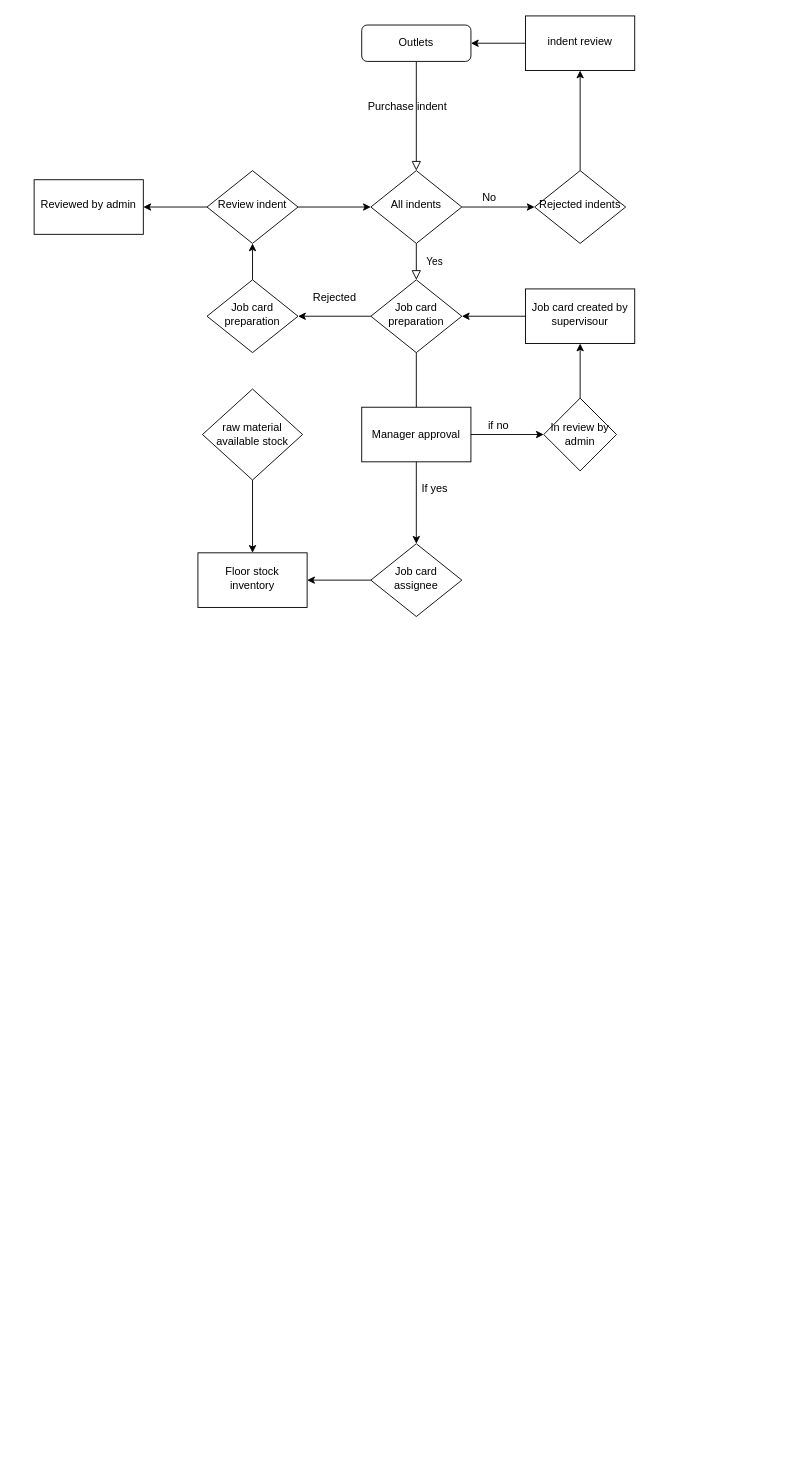
The draw.io diagram Untitled Diagram.drawio in saikande6/Demo, before the edit. Source tidied: cells renumbered, new cells numbered last; positions are measured from the earlier drawing's top-left corner, leaving out a move shared by most shapes. Both pictures are drawn from the tidied source at 91%, with x=0, y=0 at pixel (34, 15).
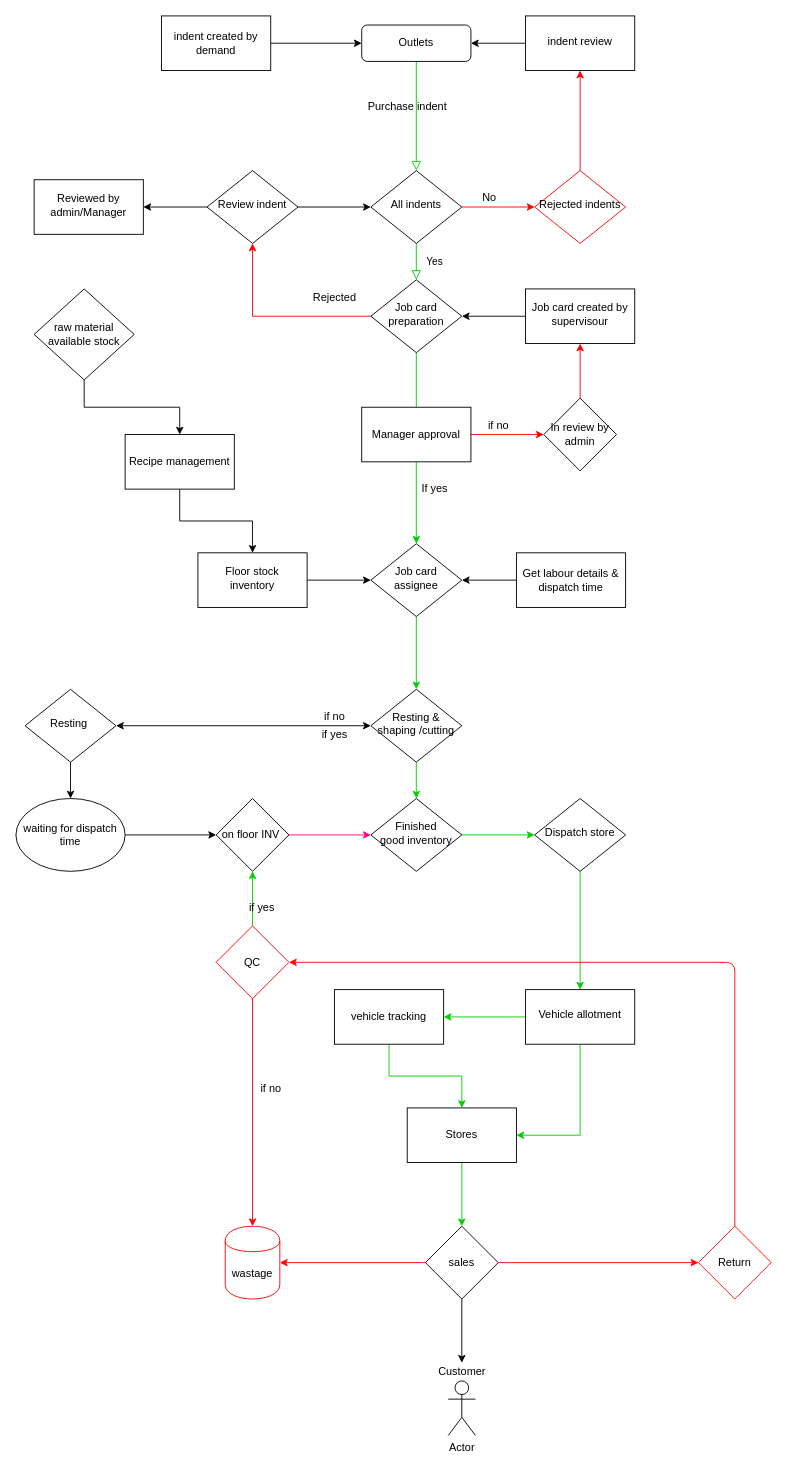
The same page after the edit.

Unchanged cells that the change refers to:
```xml
<mxCell id="3" value="Outlets" style="rounded=1;whiteSpace=wrap;html=1;fontSize=12;glass=0;strokeWidth=1;shadow=0;" parent="1" vertex="1">
  <mxGeometry x="360" y="10" width="120" height="40" as="geometry" />
</mxCell>
<mxCell id="6" value="All indents" style="rhombus;whiteSpace=wrap;html=1;shadow=0;fontFamily=Helvetica;fontSize=12;align=center;strokeWidth=1;spacing=6;spacingTop=-4;" parent="1" vertex="1">
  <mxGeometry x="370" y="170" width="100" height="80" as="geometry" />
</mxCell>
<mxCell id="9" value="Job card preparation" style="rhombus;whiteSpace=wrap;html=1;shadow=0;fontFamily=Helvetica;fontSize=12;align=center;strokeWidth=1;spacing=6;spacingTop=-4;" parent="1" vertex="1">
  <mxGeometry x="370" y="290" width="100" height="80" as="geometry" />
</mxCell>
<mxCell id="14" value="indent review" style="whiteSpace=wrap;html=1;shadow=0;strokeWidth=1;spacing=6;spacingTop=-4;" parent="1" vertex="1">
  <mxGeometry x="540" width="120" height="60" as="geometry" />
</mxCell>
<mxCell id="21" value="Review indent" style="rhombus;whiteSpace=wrap;html=1;shadow=0;fontFamily=Helvetica;fontSize=12;align=center;strokeWidth=1;spacing=6;spacingTop=-4;" parent="1" vertex="1">
  <mxGeometry x="190" y="170" width="100" height="80" as="geometry" />
</mxCell>
<mxCell id="23" value="Job card created by supervisour" style="whiteSpace=wrap;html=1;shadow=0;strokeWidth=1;spacing=6;spacingTop=-4;" parent="1" vertex="1">
  <mxGeometry x="540" y="300" width="120" height="60" as="geometry" />
</mxCell>
<mxCell id="25" value="Job card assignee" style="rhombus;whiteSpace=wrap;html=1;shadow=0;fontFamily=Helvetica;fontSize=12;align=center;strokeWidth=1;spacing=6;spacingTop=-4;" parent="1" vertex="1">
  <mxGeometry x="370" y="580" width="100" height="80" as="geometry" />
</mxCell>
<mxCell id="26" value="Floor stock inventory" style="whiteSpace=wrap;html=1;shadow=0;strokeWidth=1;spacing=6;spacingTop=-4;" parent="1" vertex="1">
  <mxGeometry x="180" y="590" width="120" height="60" as="geometry" />
</mxCell>
<mxCell id="28" value="Manager approval" style="rounded=0;whiteSpace=wrap;html=1;" parent="1" vertex="1">
  <mxGeometry x="360" y="430" width="120" height="60" as="geometry" />
</mxCell>
<mxCell id="31" value="In review by admin" style="rhombus;whiteSpace=wrap;html=1;rounded=0;" parent="1" vertex="1">
  <mxGeometry x="560" y="420" width="80" height="80" as="geometry" />
</mxCell>
```

Diff of the diagram source:
```diff
@@
-    <mxCell id="2" style="rounded=0;html=1;jettySize=auto;fontSize=11;endArrow=block;endFill=0;endSize=8;strokeWidth=1;shadow=0;labelBackgroundColor=none;edgeStyle=orthogonalEdgeStyle;" parent="1" edge="1" source="3" target="6">
+    <mxCell id="2" style="rounded=0;html=1;jettySize=auto;fontSize=11;endArrow=block;endFill=0;endSize=8;strokeWidth=1;shadow=0;labelBackgroundColor=none;edgeStyle=orthogonalEdgeStyle;strokeColor=#00CC00;" parent="1" edge="1" source="3" target="6">
       <mxGeometry relative="1" as="geometry" />
     </mxCell>
@@
-    <mxCell id="4" value="Yes" style="rounded=0;html=1;jettySize=auto;fontSize=11;endArrow=block;endFill=0;endSize=8;strokeWidth=1;shadow=0;labelBackgroundColor=none;edgeStyle=orthogonalEdgeStyle;" parent="1" edge="1" source="6" target="9">
+    <mxCell id="4" value="Yes" style="rounded=0;html=1;jettySize=auto;fontSize=11;endArrow=block;endFill=0;endSize=8;strokeWidth=1;shadow=0;labelBackgroundColor=none;edgeStyle=orthogonalEdgeStyle;strokeColor=#00CC00;" parent="1" edge="1" source="6" target="9">
       <mxGeometry y="20" relative="1" as="geometry" />
     </mxCell>
-    <mxCell id="5" style="edgeStyle=orthogonalEdgeStyle;rounded=0;jettySize=auto;html=1;" parent="1" edge="1" source="6" target="12">
+    <mxCell id="5" style="edgeStyle=orthogonalEdgeStyle;rounded=0;jettySize=auto;html=1;strokeColor=#FF0000;" parent="1" edge="1" source="6" target="12">
       <mxGeometry relative="1" as="geometry" />
     </mxCell>
@@
-    <mxCell id="7" style="edgeStyle=orthogonalEdgeStyle;rounded=0;jettySize=auto;html=1;" parent="1" edge="1" source="9" target="17">
+    <mxCell id="7" style="edgeStyle=orthogonalEdgeStyle;rounded=0;jettySize=auto;html=1;strokeColor=#FF0000;entryX=0.5;entryY=1;entryDx=0;entryDy=0;" parent="1" edge="1" source="9" target="21">
       <mxGeometry relative="1" as="geometry" />
     </mxCell>
-    <mxCell id="8" style="edgeStyle=orthogonalEdgeStyle;rounded=0;jettySize=auto;html=1;" parent="1" edge="1" source="9" target="25">
+    <mxCell id="8" style="edgeStyle=orthogonalEdgeStyle;rounded=0;jettySize=auto;html=1;strokeColor=#00CC00;" parent="1" edge="1" source="9" target="25">
       <mxGeometry relative="1" as="geometry" />
     </mxCell>
@@
-    <mxCell id="11" style="edgeStyle=orthogonalEdgeStyle;rounded=0;jettySize=auto;html=1;" parent="1" edge="1" source="12" target="14">
+    <mxCell id="11" style="edgeStyle=orthogonalEdgeStyle;rounded=0;jettySize=auto;html=1;strokeColor=#FF0000;" parent="1" edge="1" source="12" target="14">
       <mxGeometry relative="1" as="geometry" />
     </mxCell>
-    <mxCell id="12" value="Rejected indents" style="rhombus;whiteSpace=wrap;html=1;shadow=0;fontFamily=Helvetica;fontSize=12;align=center;strokeWidth=1;spacing=6;spacingTop=-4;" parent="1" vertex="1">
+    <mxCell id="12" value="Rejected indents" style="rhombus;whiteSpace=wrap;html=1;shadow=0;fontFamily=Helvetica;fontSize=12;align=center;strokeWidth=1;spacing=6;spacingTop=-4;strokeColor=#FF0000;" parent="1" vertex="1">
       <mxGeometry x="550" y="170" width="100" height="80" as="geometry" />
     </mxCell>
@@
-    <mxCell id="16" style="edgeStyle=orthogonalEdgeStyle;rounded=0;jettySize=auto;html=1;" parent="1" edge="1" source="17" target="21">
-      <mxGeometry relative="1" as="geometry" />
-    </mxCell>
-    <mxCell id="17" value="Job card preparation" style="rhombus;whiteSpace=wrap;html=1;shadow=0;fontFamily=Helvetica;fontSize=12;align=center;strokeWidth=1;spacing=6;spacingTop=-4;" parent="1" vertex="1">
-      <mxGeometry x="190" y="290" width="100" height="80" as="geometry" />
-    </mxCell>
@@
-    <mxCell id="24" style="edgeStyle=orthogonalEdgeStyle;rounded=0;jettySize=auto;html=1;" parent="1" edge="1" source="25" target="26">
-      <mxGeometry relative="1" as="geometry" />
-    </mxCell>
+    <mxCell id="36" style="edgeStyle=orthogonalEdgeStyle;rounded=0;jettySize=auto;html=1;strokeColor=#00CC00;" parent="1" edge="1" source="25" target="44">
+      <mxGeometry relative="1" as="geometry" />
+    </mxCell>
@@
+    <mxCell id="37" style="edgeStyle=orthogonalEdgeStyle;rounded=0;jettySize=auto;html=1;" parent="1" edge="1" source="26" target="25">
+      <mxGeometry relative="1" as="geometry" />
+    </mxCell>
@@
-    <mxCell id="27" style="edgeStyle=orthogonalEdgeStyle;rounded=0;jettySize=auto;html=1;" parent="1" edge="1" source="28" target="31">
+    <mxCell id="27" style="edgeStyle=orthogonalEdgeStyle;rounded=0;jettySize=auto;html=1;strokeColor=#FF0000;" parent="1" edge="1" source="28" target="31">
       <mxGeometry relative="1" as="geometry" />
     </mxCell>
@@
-    <mxCell id="30" style="edgeStyle=orthogonalEdgeStyle;rounded=0;jettySize=auto;html=1;" parent="1" edge="1" source="31" target="23">
+    <mxCell id="30" style="edgeStyle=orthogonalEdgeStyle;rounded=0;jettySize=auto;html=1;strokeColor=#FF0000;" parent="1" edge="1" source="31" target="23">
       <mxGeometry relative="1" as="geometry" />
     </mxCell>
@@
-    <mxCell id="33" style="edgeStyle=orthogonalEdgeStyle;rounded=0;jettySize=auto;html=1;" parent="1" edge="1" source="34" target="26">
-      <mxGeometry relative="1" as="geometry" />
-    </mxCell>
+    <mxCell id="38" style="edgeStyle=orthogonalEdgeStyle;rounded=0;jettySize=auto;html=1;" parent="1" edge="1" source="34" target="42">
+      <mxGeometry relative="1" as="geometry" />
+    </mxCell>
     <mxCell id="34" value="raw material available stock" style="rhombus;whiteSpace=wrap;html=1;rounded=0;" parent="1" vertex="1">
-      <mxGeometry x="185" y="410" width="110" height="100" as="geometry" />
+      <mxGeometry y="300" width="110" height="100" as="geometry" />
     </mxCell>
-    <mxCell id="35" value="Reviewed by admin" style="whiteSpace=wrap;html=1;shadow=0;strokeWidth=1;spacing=6;spacingTop=-4;" parent="1" vertex="1">
+    <mxCell id="35" value="Reviewed by admin/Manager" style="whiteSpace=wrap;html=1;shadow=0;strokeWidth=1;spacing=6;spacingTop=-4;" parent="1" vertex="1">
       <mxGeometry y="180" width="120" height="60" as="geometry" />
     </mxCell>
+    <mxCell id="39" style="edgeStyle=orthogonalEdgeStyle;rounded=0;jettySize=auto;html=1;" parent="1" edge="1" source="40" target="25">
+      <mxGeometry relative="1" as="geometry" />
+    </mxCell>
+    <mxCell id="40" value="Get labour details &amp;amp; dispatch time" style="rounded=0;whiteSpace=wrap;html=1;" parent="1" vertex="1">
+      <mxGeometry x="530" y="590" width="120" height="60" as="geometry" />
+    </mxCell>
+    <mxCell id="41" style="edgeStyle=orthogonalEdgeStyle;rounded=0;jettySize=auto;html=1;" parent="1" edge="1" source="42" target="26">
+      <mxGeometry relative="1" as="geometry" />
+    </mxCell>
+    <mxCell id="42" value="Recipe management" style="whiteSpace=wrap;html=1;rounded=0;" parent="1" vertex="1">
+      <mxGeometry x="100" y="460" width="120" height="60" as="geometry" />
+    </mxCell>
+    <mxCell id="43" style="edgeStyle=orthogonalEdgeStyle;rounded=0;jettySize=auto;html=1;strokeColor=#00CC00;" parent="1" edge="1" source="44" target="46">
+      <mxGeometry relative="1" as="geometry" />
+    </mxCell>
+    <mxCell id="44" value="Resting &amp;amp; shaping /cutting" style="rhombus;whiteSpace=wrap;html=1;shadow=0;fontFamily=Helvetica;fontSize=12;align=center;strokeWidth=1;spacing=6;spacingTop=-4;" parent="1" vertex="1">
+      <mxGeometry x="370" y="740" width="100" height="80" as="geometry" />
+    </mxCell>
+    <mxCell id="45" style="edgeStyle=orthogonalEdgeStyle;rounded=0;jettySize=auto;html=1;strokeColor=#00CC00;" parent="1" edge="1" source="46" target="55">
+      <mxGeometry relative="1" as="geometry" />
+    </mxCell>
+    <mxCell id="46" value="Finished&lt;br&gt;good inventory" style="rhombus;whiteSpace=wrap;html=1;shadow=0;fontFamily=Helvetica;fontSize=12;align=center;strokeWidth=1;spacing=6;spacingTop=-4;" parent="1" vertex="1">
+      <mxGeometry x="370" y="860" width="100" height="80" as="geometry" />
+    </mxCell>
+    <mxCell id="47" style="edgeStyle=orthogonalEdgeStyle;curved=0;rounded=1;sketch=0;jettySize=auto;html=1;strokeColor=#000000;" parent="1" edge="1" source="48" target="78">
+      <mxGeometry relative="1" as="geometry" />
+    </mxCell>
+    <mxCell id="48" value="Resting&amp;nbsp;" style="rhombus;whiteSpace=wrap;html=1;shadow=0;fontFamily=Helvetica;fontSize=12;align=center;strokeWidth=1;spacing=6;spacingTop=-4;" parent="1" vertex="1">
+      <mxGeometry x="-10" y="740" width="100" height="80" as="geometry" />
+    </mxCell>
+    <mxCell id="49" style="edgeStyle=orthogonalEdgeStyle;rounded=0;jettySize=auto;html=1;strokeColor=#FF0080;" parent="1" edge="1" source="50" target="46">
+      <mxGeometry relative="1" as="geometry" />
+    </mxCell>
+    <mxCell id="50" value="on floor INV&amp;nbsp;" style="rhombus;whiteSpace=wrap;html=1;" parent="1" vertex="1">
+      <mxGeometry x="200" y="860" width="80" height="80" as="geometry" />
+    </mxCell>
+    <mxCell id="51" value="if no" style="text;html=1;align=center;verticalAlign=middle;" parent="1" vertex="1">
+      <mxGeometry x="310" y="760" width="40" height="20" as="geometry" />
+    </mxCell>
+    <mxCell id="52" style="endArrow=classic;startArrow=classic;html=1;exitX=1;exitY=0.5;exitDx=0;exitDy=0;" parent="1" edge="1" source="48">
+      <mxGeometry relative="1" as="geometry">
+        <mxPoint x="370" y="780" as="targetPoint" />
+      </mxGeometry>
+    </mxCell>
+    <mxCell id="53" value="if yes" style="text;html=1;align=center;verticalAlign=middle;" parent="1" vertex="1">
+      <mxGeometry x="310" y="780" width="40" height="20" as="geometry" />
+    </mxCell>
+    <mxCell id="54" style="edgeStyle=orthogonalEdgeStyle;rounded=0;jettySize=auto;html=1;strokeColor=#00CC00;" parent="1" edge="1" source="55" target="58">
+      <mxGeometry relative="1" as="geometry" />
+    </mxCell>
+    <mxCell id="55" value="Dispatch store" style="rhombus;whiteSpace=wrap;html=1;shadow=0;fontFamily=Helvetica;fontSize=12;align=center;strokeWidth=1;spacing=6;spacingTop=-4;" parent="1" vertex="1">
+      <mxGeometry x="550" y="860" width="100" height="80" as="geometry" />
+    </mxCell>
+    <mxCell id="56" style="edgeStyle=orthogonalEdgeStyle;rounded=0;jettySize=auto;html=1;strokeColor=#00CC00;entryX=1;entryY=0.5;entryDx=0;entryDy=0;" parent="1" edge="1" source="58" target="62">
+      <mxGeometry relative="1" as="geometry">
+        <Array as="points">
+          <mxPoint x="600" y="1230" />
+        </Array>
+      </mxGeometry>
+    </mxCell>
+    <mxCell id="57" style="edgeStyle=orthogonalEdgeStyle;rounded=0;jettySize=auto;html=1;strokeColor=#00CC00;" parent="1" edge="1" source="58" target="60">
+      <mxGeometry relative="1" as="geometry" />
+    </mxCell>
+    <mxCell id="58" value="Vehicle allotment" style="whiteSpace=wrap;html=1;shadow=0;strokeWidth=1;spacing=6;spacingTop=-4;" parent="1" vertex="1">
+      <mxGeometry x="540" y="1070" width="120" height="60" as="geometry" />
+    </mxCell>
+    <mxCell id="59" style="edgeStyle=orthogonalEdgeStyle;rounded=0;jettySize=auto;html=1;strokeColor=#00CC00;" parent="1" edge="1" source="60" target="62">
+      <mxGeometry relative="1" as="geometry" />
+    </mxCell>
+    <mxCell id="60" value="vehicle tracking" style="rounded=0;whiteSpace=wrap;html=1;" parent="1" vertex="1">
+      <mxGeometry x="330" y="1070" width="120" height="60" as="geometry" />
+    </mxCell>
+    <mxCell id="61" style="edgeStyle=orthogonalEdgeStyle;rounded=0;jettySize=auto;html=1;strokeColor=#00CC00;" parent="1" edge="1" source="62" target="66">
+      <mxGeometry relative="1" as="geometry" />
+    </mxCell>
+    <mxCell id="62" value="Stores" style="rounded=0;whiteSpace=wrap;html=1;strokeColor=#000000;" parent="1" vertex="1">
+      <mxGeometry x="410" y="1200" width="120" height="60" as="geometry" />
+    </mxCell>
+    <mxCell id="63" style="edgeStyle=orthogonalEdgeStyle;rounded=0;jettySize=auto;html=1;strokeColor=#FF0000;" parent="1" edge="1" source="66" target="67">
+      <mxGeometry relative="1" as="geometry" />
+    </mxCell>
+    <mxCell id="64" style="edgeStyle=orthogonalEdgeStyle;rounded=0;jettySize=auto;html=1;strokeColor=#FF0000;" parent="1" edge="1" source="66" target="68">
+      <mxGeometry relative="1" as="geometry" />
+    </mxCell>
+    <mxCell id="65" style="edgeStyle=orthogonalEdgeStyle;curved=0;rounded=1;sketch=0;jettySize=auto;html=1;strokeColor=#000000;" parent="1" edge="1" source="66" target="80">
+      <mxGeometry relative="1" as="geometry" />
+    </mxCell>
+    <mxCell id="66" value="sales" style="rhombus;whiteSpace=wrap;html=1;rounded=0;" parent="1" vertex="1">
+      <mxGeometry x="430" y="1330" width="80" height="80" as="geometry" />
+    </mxCell>
+    <mxCell id="67" value="Return" style="rhombus;whiteSpace=wrap;html=1;rounded=0;strokeColor=#FF0000;" parent="1" vertex="1">
+      <mxGeometry x="730" y="1330" width="80" height="80" as="geometry" />
+    </mxCell>
+    <mxCell id="68" value="wastage" style="shape=cylinder;whiteSpace=wrap;html=1;boundedLbl=1;backgroundOutline=1;rounded=0;strokeColor=#FF0000;" parent="1" vertex="1">
+      <mxGeometry x="210" y="1330" width="60" height="80" as="geometry" />
+    </mxCell>
+    <mxCell id="69" style="edgeStyle=orthogonalEdgeStyle;rounded=0;jettySize=auto;html=1;strokeColor=#00CC00;" parent="1" edge="1" source="70" target="50">
+      <mxGeometry relative="1" as="geometry" />
+    </mxCell>
+    <mxCell id="70" value="QC" style="rhombus;whiteSpace=wrap;html=1;strokeColor=#FF0000;" parent="1" vertex="1">
+      <mxGeometry x="200" y="1000" width="80" height="80" as="geometry" />
+    </mxCell>
+    <mxCell id="71" style="endArrow=classic;html=1;strokeColor=#FF0000;entryX=1;entryY=0.5;entryDx=0;entryDy=0;" parent="1" edge="1" target="70">
+      <mxGeometry relative="1" as="geometry">
+        <mxPoint x="770" y="1330" as="sourcePoint" />
+        <Array as="points">
+          <mxPoint x="770" y="1040" />
+        </Array>
+      </mxGeometry>
+    </mxCell>
+    <mxCell id="72" style="endArrow=classic;html=1;strokeColor=#FF0000;entryX=0.5;entryY=0;entryDx=0;entryDy=0;exitX=0.5;exitY=1;exitDx=0;exitDy=0;" parent="1" edge="1" source="70" target="68">
+      <mxGeometry relative="1" as="geometry" />
+    </mxCell>
+    <mxCell id="73" value="if yes" style="text;html=1;align=center;verticalAlign=middle;" parent="1" vertex="1">
+      <mxGeometry x="230" y="970" width="40" height="20" as="geometry" />
+    </mxCell>
+    <mxCell id="74" value="if no" style="text;html=1;align=center;verticalAlign=middle;" parent="1" vertex="1">
+      <mxGeometry x="240" y="1169" width="40" height="20" as="geometry" />
+    </mxCell>
+    <mxCell id="75" style="edgeStyle=orthogonalEdgeStyle;rounded=0;jettySize=auto;html=1;" parent="1" edge="1" source="76" target="3">
+      <mxGeometry relative="1" as="geometry" />
+    </mxCell>
+    <mxCell id="76" value="indent created by demand" style="rounded=0;whiteSpace=wrap;html=1;" parent="1" vertex="1">
+      <mxGeometry x="140" width="120" height="60" as="geometry" />
+    </mxCell>
+    <mxCell id="77" style="edgeStyle=orthogonalEdgeStyle;curved=0;rounded=1;sketch=0;jettySize=auto;html=1;" parent="1" edge="1" source="78" target="50">
+      <mxGeometry relative="1" as="geometry" />
+    </mxCell>
+    <mxCell id="78" value="waiting for dispatch time" style="ellipse;whiteSpace=wrap;html=1;rounded=0;sketch=0;strokeColor=#000000;" parent="1" vertex="1">
+      <mxGeometry x="-20" y="860" width="120" height="80" as="geometry" />
+    </mxCell>
+    <mxCell id="79" value="Actor" style="shape=umlActor;verticalLabelPosition=bottom;verticalAlign=top;html=1;rounded=0;sketch=0;strokeColor=#000000;" parent="1" vertex="1">
+      <mxGeometry x="455" y="1500" width="30" height="60" as="geometry" />
+    </mxCell>
+    <mxCell id="80" value="Customer&lt;br&gt;" style="text;html=1;align=center;verticalAlign=middle;points=[];" parent="1" vertex="1">
+      <mxGeometry x="435" y="1480" width="70" height="20" as="geometry" />
+    </mxCell>
```
